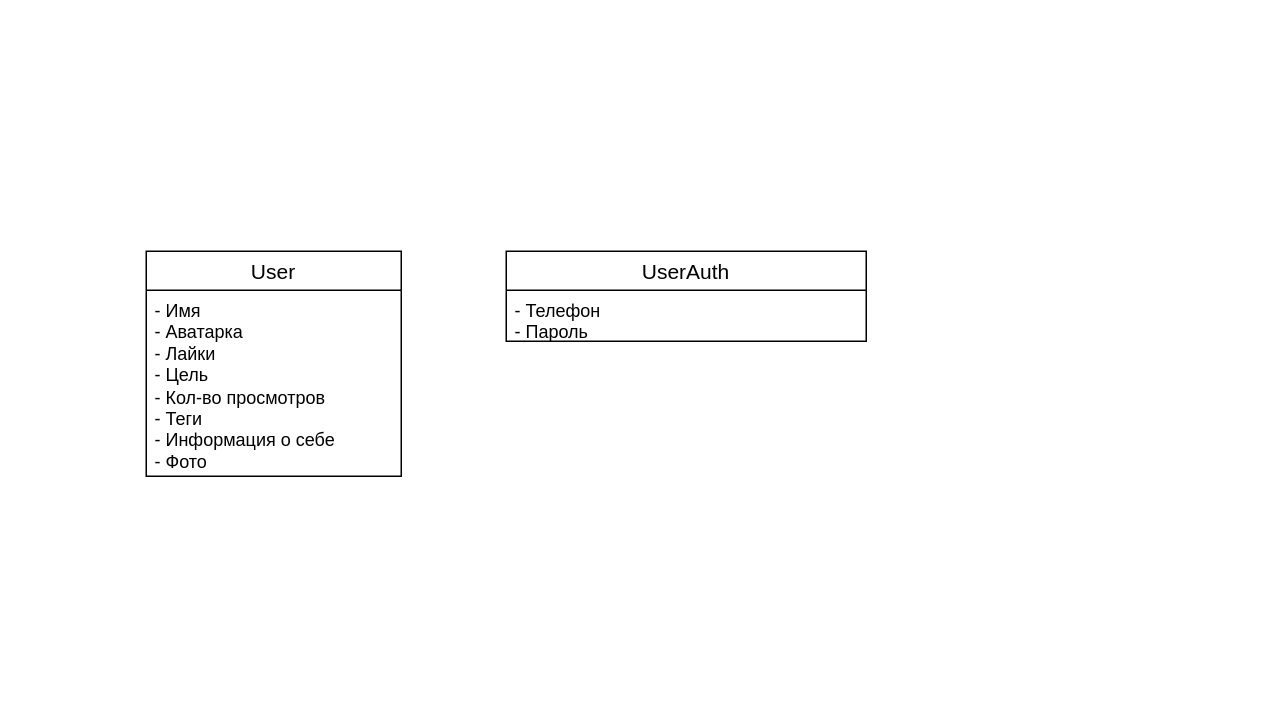
Earlier version of the draw.io diagram Приложения для знакомства.drawio (Deviky/FOREVASIAOD). Source tidied: cells renumbered, new cells numbered last; positions are measured from the earlier drawing's top-left corner, leaving out a move shared by most shapes. Both pictures are drawn from the tidied source at 150%, with x=0, y=0 at pixel (146, 250).
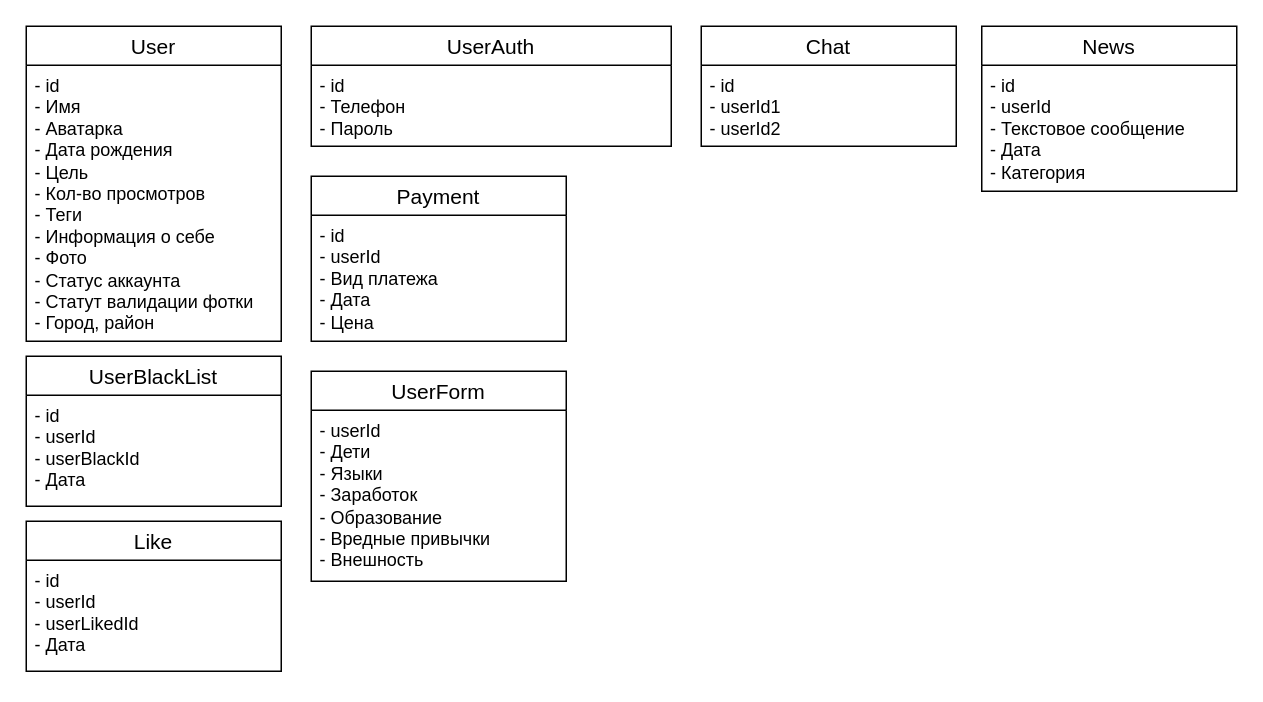
The same page after the edit.

Diff of the diagram source:
```diff
@@
 <mxGraphModel>
   <root>
     <mxCell id="0" />
     <mxCell id="1" parent="0" />
     <mxCell id="2" value="User" style="swimlane;fontStyle=0;horizontal=1;startSize=26;align=center;fontSize=14;" parent="1" vertex="1">
-      <mxGeometry width="170" height="150" as="geometry" />
+      <mxGeometry x="-80" y="-150" width="170" height="210" as="geometry" />
     </mxCell>
-    <mxCell id="3" value="- Имя&lt;div&gt;- Аватарка&lt;/div&gt;&lt;div&gt;- Лайки&lt;br&gt;- Цель&lt;/div&gt;&lt;div&gt;- Кол-во просмотров&lt;br&gt;- Теги&lt;br&gt;- Информация о себе&lt;br&gt;- Фото&lt;/div&gt;" style="text;strokeColor=none;fillColor=none;spacingLeft=4;spacingRight=4;overflow=hidden;fontSize=12;whiteSpace=wrap;html=1;" parent="2" vertex="1">
-      <mxGeometry y="26" width="170" height="124" as="geometry" />
+    <mxCell id="3" value="- id&lt;br&gt;- Имя&lt;div&gt;- Аватарка&lt;br&gt;- Дата рождения&lt;/div&gt;&lt;div&gt;- Цель&lt;/div&gt;&lt;div&gt;- Кол-во просмотров&lt;br&gt;- Теги&lt;br&gt;- Информация о себе&lt;/div&gt;&lt;div&gt;&lt;span style=&quot;background-color: initial;&quot;&gt;- Фото&lt;/span&gt;&lt;br&gt;&lt;/div&gt;&lt;div&gt;- Статус аккаунта&lt;/div&gt;&lt;div&gt;- Статут валидации фотки&lt;/div&gt;&lt;div&gt;- Город, район&lt;/div&gt;" style="text;strokeColor=none;fillColor=none;spacingLeft=4;spacingRight=4;overflow=hidden;fontSize=12;whiteSpace=wrap;html=1;" parent="2" vertex="1">
+      <mxGeometry y="26" width="170" height="184" as="geometry" />
     </mxCell>
     <mxCell id="4" value="UserAuth" style="swimlane;fontStyle=0;horizontal=1;startSize=26;align=center;fontSize=14;" parent="1" vertex="1">
-      <mxGeometry x="240" width="240" height="60" as="geometry" />
+      <mxGeometry x="110" y="-150" width="240" height="80" as="geometry" />
     </mxCell>
-    <mxCell id="5" value="- Телефон&lt;div&gt;- Пароль&lt;/div&gt;" style="text;strokeColor=none;fillColor=none;spacingLeft=4;spacingRight=4;overflow=hidden;fontSize=12;whiteSpace=wrap;html=1;" parent="4" vertex="1">
-      <mxGeometry y="26" width="240" height="34" as="geometry" />
+    <mxCell id="5" value="- id&lt;br&gt;- Телефон&lt;div&gt;- Пароль&lt;/div&gt;" style="text;strokeColor=none;fillColor=none;spacingLeft=4;spacingRight=4;overflow=hidden;fontSize=12;whiteSpace=wrap;html=1;" parent="4" vertex="1">
+      <mxGeometry y="26" width="240" height="54" as="geometry" />
     </mxCell>
+    <mxCell id="6" value="Chat" style="swimlane;fontStyle=0;horizontal=1;startSize=26;align=center;fontSize=14;" parent="1" vertex="1">
+      <mxGeometry x="370" y="-150" width="170" height="80" as="geometry" />
+    </mxCell>
+    <mxCell id="7" value="- id&lt;div&gt;- userId1&lt;/div&gt;&lt;div&gt;- userId2&lt;/div&gt;" style="text;strokeColor=none;fillColor=none;spacingLeft=4;spacingRight=4;overflow=hidden;fontSize=12;whiteSpace=wrap;html=1;" parent="6" vertex="1">
+      <mxGeometry y="26" width="170" height="54" as="geometry" />
+    </mxCell>
+    <mxCell id="8" value="UserBlackList" style="swimlane;fontStyle=0;horizontal=1;startSize=26;align=center;fontSize=14;" parent="1" vertex="1">
+      <mxGeometry x="-80" y="70" width="170" height="100" as="geometry" />
+    </mxCell>
+    <mxCell id="9" value="&lt;div&gt;- id&lt;br&gt;- userId&lt;br&gt;- userBlackId&lt;br&gt;- Дата&lt;/div&gt;" style="text;strokeColor=none;fillColor=none;spacingLeft=4;spacingRight=4;overflow=hidden;fontSize=12;whiteSpace=wrap;html=1;" parent="8" vertex="1">
+      <mxGeometry y="26" width="170" height="74" as="geometry" />
+    </mxCell>
+    <mxCell id="10" value="Like" style="swimlane;fontStyle=0;horizontal=1;startSize=26;align=center;fontSize=14;" parent="1" vertex="1">
+      <mxGeometry x="-80" y="180" width="170" height="100" as="geometry" />
+    </mxCell>
+    <mxCell id="11" value="&lt;div&gt;- id&lt;br&gt;- userId&lt;br&gt;- userLikedId&lt;br&gt;- Дата&lt;/div&gt;" style="text;strokeColor=none;fillColor=none;spacingLeft=4;spacingRight=4;overflow=hidden;fontSize=12;whiteSpace=wrap;html=1;" parent="10" vertex="1">
+      <mxGeometry y="26" width="170" height="74" as="geometry" />
+    </mxCell>
+    <mxCell id="12" value="Payment" style="swimlane;fontStyle=0;horizontal=1;startSize=26;align=center;fontSize=14;" parent="1" vertex="1">
+      <mxGeometry x="110" y="-50" width="170" height="110" as="geometry" />
+    </mxCell>
+    <mxCell id="13" value="- id&lt;br&gt;- userId&lt;br&gt;- Вид платежа&lt;br&gt;- Дата&lt;div&gt;- Цена&lt;/div&gt;" style="text;strokeColor=none;fillColor=none;spacingLeft=4;spacingRight=4;overflow=hidden;fontSize=12;whiteSpace=wrap;html=1;" parent="12" vertex="1">
+      <mxGeometry y="26" width="170" height="84" as="geometry" />
+    </mxCell>
+    <mxCell id="14" value="News" style="swimlane;fontStyle=0;horizontal=1;startSize=26;align=center;fontSize=14;" parent="1" vertex="1">
+      <mxGeometry x="557" y="-150" width="170" height="110" as="geometry" />
+    </mxCell>
+    <mxCell id="15" value="- id&lt;br&gt;- userId&lt;div&gt;- Текстовое сообщение&lt;br&gt;- Дата&lt;br&gt;- Категория&lt;/div&gt;" style="text;strokeColor=none;fillColor=none;spacingLeft=4;spacingRight=4;overflow=hidden;fontSize=12;whiteSpace=wrap;html=1;" parent="14" vertex="1">
+      <mxGeometry y="26" width="170" height="84" as="geometry" />
+    </mxCell>
+    <mxCell id="16" value="UserForm" style="swimlane;fontStyle=0;horizontal=1;startSize=26;align=center;fontSize=14;" parent="1" vertex="1">
+      <mxGeometry x="110" y="80" width="170" height="140" as="geometry" />
+    </mxCell>
+    <mxCell id="17" value="&lt;div&gt;- userId&lt;br&gt;- Дети&lt;/div&gt;&lt;div&gt;- Языки&lt;/div&gt;&lt;div&gt;- Заработок&lt;br&gt;- Образование&lt;/div&gt;&lt;div&gt;- Вредные привычки&lt;br&gt;- Внешность&lt;/div&gt;" style="text;strokeColor=none;fillColor=none;spacingLeft=4;spacingRight=4;overflow=hidden;fontSize=12;whiteSpace=wrap;html=1;" parent="16" vertex="1">
+      <mxGeometry y="26" width="170" height="114" as="geometry" />
+    </mxCell>
   </root>
 </mxGraphModel>
```
